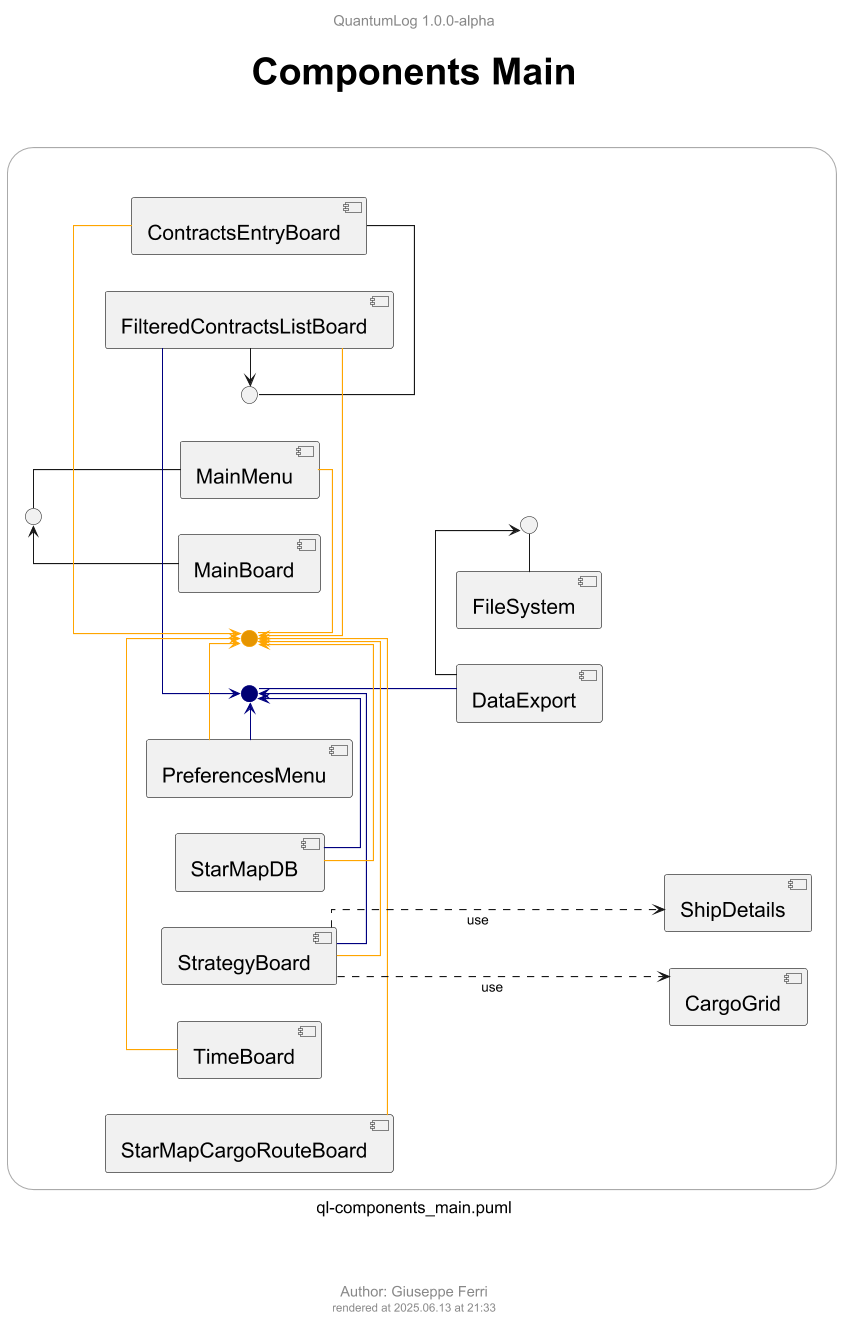
The PlantUML diagram out/ql-diagram/ql-components_main.png in JoeFerri/QuantumLog, before a commit. Its diagram source:
```plantuml
@startuml ql-components_main2
!$title = "Components Main"
!$author = "Giuseppe Ferri"

!include templates/ql-template-main.puml
!include templates/styles/ql-style-lib.puml

skinparam linetype ortho
left to right direction

$setStyleIntCompArrow(tomenu, Orange)
$setStyleIntCompArrow(toexport, Navy)

rectangle r <<frame>> {

  together {
    component [MainBoard]

    component [MainMenu]
      interface IMainMenu1
        MainMenu -u- IMainMenu1
      interface IMainMenu2 <<tomenu>>
        MainMenu -l- IMainMenu2 <<tomenu>>
  }

  component [PreferencesMenu]

  component [StarMapDB]

  component [TimeBoard]

  component [StarMapCargoRouteBoard]

  together {
  component [FilteredContractsListBoard]

  component [ContractsEntryBoard]
    interface IContractsEntryBoard
      ContractsEntryBoard -l- IContractsEntryBoard
  }

  component [StrategyBoard]

  together {
    component [CargoGrid]

    component [ShipDetails]
  }

  together {
    component [FileSystem]
      interface IIO
        FileSystem -l- IIO

    component [DataExport]
      interface IDataExport <<toexport>>
        DataExport -u- IDataExport <<toexport>>
  }

}


MainBoard                    ->     IMainMenu1
DataExport                   ->     IIO
FilteredContractsListBoard   ->     IContractsEntryBoard
PreferencesMenu              ->     IDataExport           <<toexport>>
StarMapDB                    ->     IDataExport           <<toexport>>
FilteredContractsListBoard   ->     IDataExport           <<toexport>>
StrategyBoard                ->     IDataExport           <<toexport>>
PreferencesMenu              ->     IMainMenu2            <<tomenu>>
StarMapDB                    ->     IMainMenu2            <<tomenu>>
TimeBoard                    ->     IMainMenu2            <<tomenu>>
StarMapCargoRouteBoard       ->     IMainMenu2            <<tomenu>>
FilteredContractsListBoard   ->     IMainMenu2            <<tomenu>>
ContractsEntryBoard          ->     IMainMenu2            <<tomenu>>
StrategyBoard                ->     IMainMenu2            <<tomenu>>
StrategyBoard                ...>   CargoGrid   : use
StrategyBoard                ...>   ShipDetails : use

@enduml
```
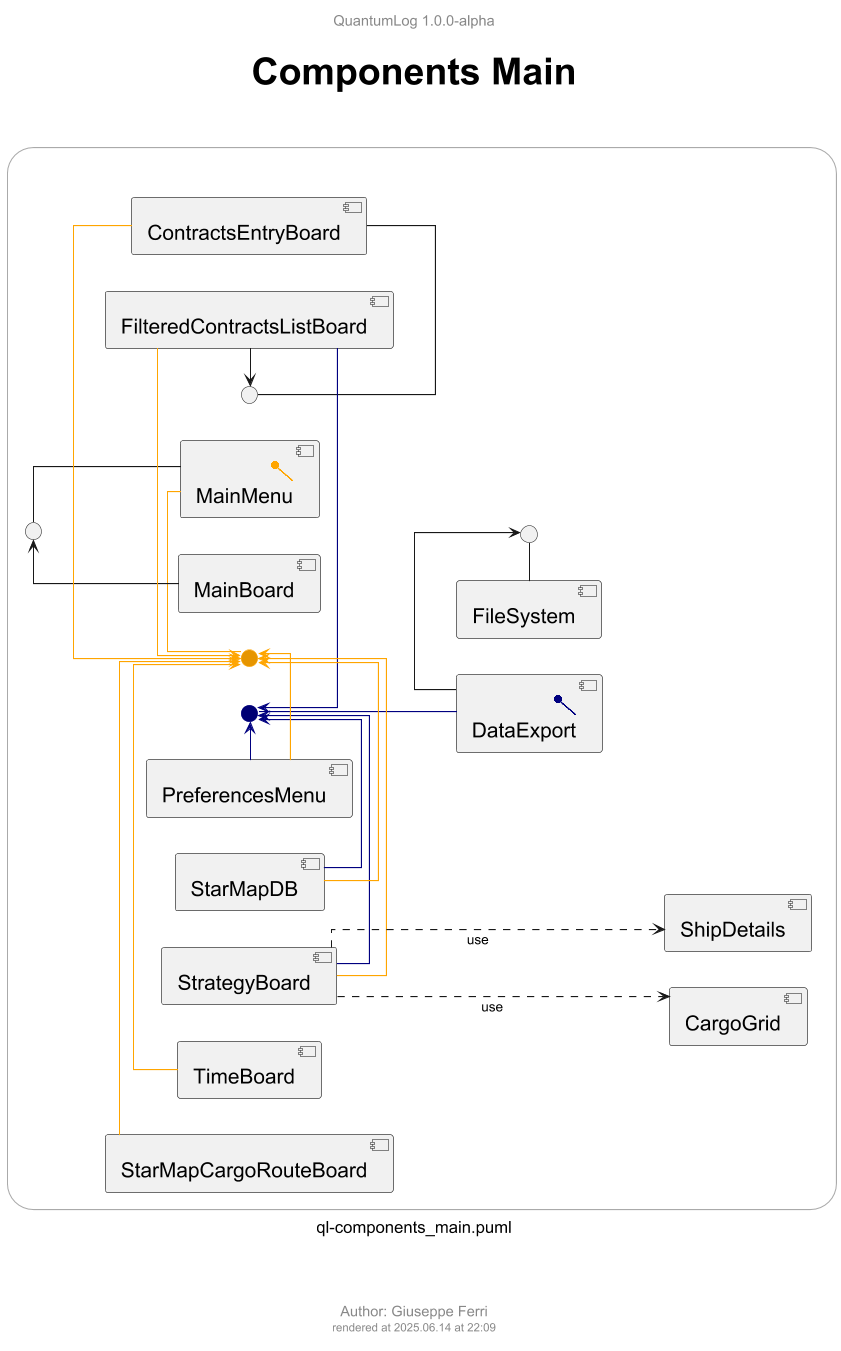
The same file after the commit.

Diff of the diagram source:
```diff
@@ -1,9 +1,10 @@
-@startuml ql-components_main2
+@startuml ql-components_main
 !$title = "Components Main"
 !$author = "Giuseppe Ferri"
 
 !include templates/ql-template-main.puml
 !include templates/styles/ql-style-lib.puml
+!include templates/sprites/ql-sprites-lib.puml
 
 skinparam linetype ortho
 left to right direction
@@ -16,7 +17,7 @@
   together {
     component [MainBoard]
 
-    component [MainMenu]
+    $qlInterfaceIconComponent(MainMenu, Orange) as MainMenu
       interface IMainMenu1
         MainMenu -u- IMainMenu1
       interface IMainMenu2 <<tomenu>>
@@ -52,7 +53,7 @@
       interface IIO
         FileSystem -l- IIO
 
-    component [DataExport]
+    $qlInterfaceIconComponent(DataExport, Navy) as DataExport
       interface IDataExport <<toexport>>
         DataExport -u- IDataExport <<toexport>>
   }
```
